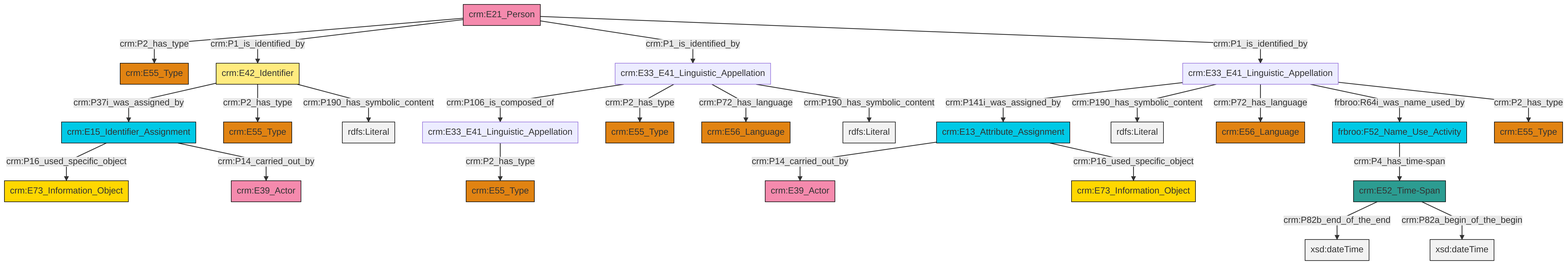
swiss-art-research-net/docs.swissartresearch keeps this Mermaid diagram as et/personCSV/ttl/mmd/png/Person_Names_and_Classification.png. Above is the earlier version. Its source is kept beside it as et/personCSV/ttl/mmd/Person_Names_and_Classification.ttl.mmd.
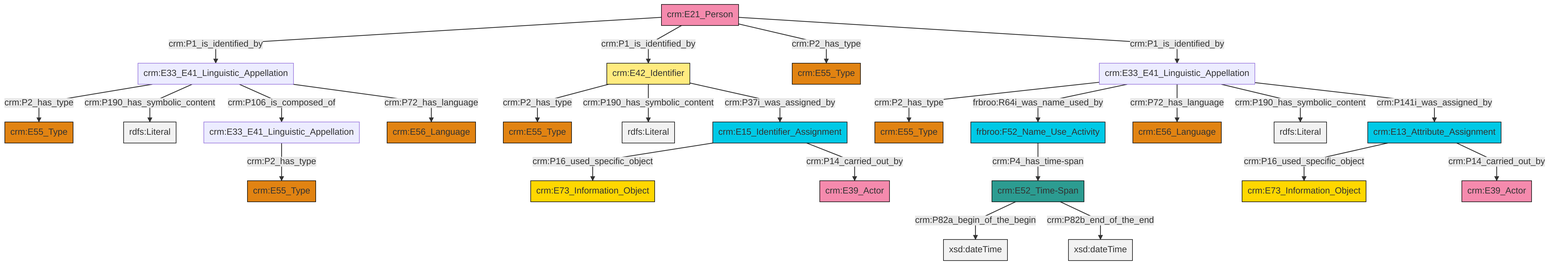
Later version of the same file.

Diff of the diagram source:
```diff
@@ -13,27 +13,27 @@
 classDef PC_Classes fill:#4ce600, stroke:#000000;
 classDef Multi fill:#cccccc,stroke:#000000;
 
-0["crm:E15_Identifier_Assignment"]:::Temporal_Entity -->|crm:P16_used_specific_object| 1["crm:E73_Information_Object"]:::Conceptual_Object
-2["crm:E13_Attribute_Assignment"]:::Temporal_Entity -->|crm:P14_carried_out_by| 3["crm:E39_Actor"]:::Actor
-4["crm:E33_E41_Linguistic_Appellation"]:::Default -->|crm:P141i_was_assigned_by| 2["crm:E13_Attribute_Assignment"]:::Temporal_Entity
-6["crm:E33_E41_Linguistic_Appellation"]:::Default -->|crm:P106_is_composed_of| 7["crm:E33_E41_Linguistic_Appellation"]:::Default
-8["crm:E21_Person"]:::Actor -->|crm:P2_has_type| 9["crm:E55_Type"]:::Type
-8["crm:E21_Person"]:::Actor -->|crm:P1_is_identified_by| 10["crm:E42_Identifier"]:::Appellation
-10["crm:E42_Identifier"]:::Appellation -->|crm:P37i_was_assigned_by| 0["crm:E15_Identifier_Assignment"]:::Temporal_Entity
-8["crm:E21_Person"]:::Actor -->|crm:P1_is_identified_by| 6["crm:E33_E41_Linguistic_Appellation"]:::Default
-7["crm:E33_E41_Linguistic_Appellation"]:::Default -->|crm:P2_has_type| 16["crm:E55_Type"]:::Type
-10["crm:E42_Identifier"]:::Appellation -->|crm:P2_has_type| 22["crm:E55_Type"]:::Type
-2["crm:E13_Attribute_Assignment"]:::Temporal_Entity -->|crm:P16_used_specific_object| 28["crm:E73_Information_Object"]:::Conceptual_Object
-29["crm:E52_Time-Span"]:::Time-Span -->|crm:P82b_end_of_the_end| 30[xsd:dateTime]:::Literal
-8["crm:E21_Person"]:::Actor -->|crm:P1_is_identified_by| 4["crm:E33_E41_Linguistic_Appellation"]:::Default
-10["crm:E42_Identifier"]:::Appellation -->|crm:P190_has_symbolic_content| 40[rdfs:Literal]:::Literal
-6["crm:E33_E41_Linguistic_Appellation"]:::Default -->|crm:P2_has_type| 31["crm:E55_Type"]:::Type
-6["crm:E33_E41_Linguistic_Appellation"]:::Default -->|crm:P72_has_language| 18["crm:E56_Language"]:::Type
-23["frbroo:F52_Name_Use_Activity"]:::Temporal_Entity -->|crm:P4_has_time-span| 29["crm:E52_Time-Span"]:::Time-Span
-4["crm:E33_E41_Linguistic_Appellation"]:::Default -->|crm:P190_has_symbolic_content| 43[rdfs:Literal]:::Literal
-29["crm:E52_Time-Span"]:::Time-Span -->|crm:P82a_begin_of_the_begin| 45[xsd:dateTime]:::Literal
-4["crm:E33_E41_Linguistic_Appellation"]:::Default -->|crm:P72_has_language| 13["crm:E56_Language"]:::Type
-4["crm:E33_E41_Linguistic_Appellation"]:::Default -->|frbroo:R64i_was_name_used_by| 23["frbroo:F52_Name_Use_Activity"]:::Temporal_Entity
-6["crm:E33_E41_Linguistic_Appellation"]:::Default -->|crm:P190_has_symbolic_content| 46[rdfs:Literal]:::Literal
-4["crm:E33_E41_Linguistic_Appellation"]:::Default -->|crm:P2_has_type| 41["crm:E55_Type"]:::Type
-0["crm:E15_Identifier_Assignment"]:::Temporal_Entity -->|crm:P14_carried_out_by| 11["crm:E39_Actor"]:::Actor
+8["crm:E33_E41_Linguistic_Appellation"]:::Default -->|crm:P2_has_type| 9["crm:E55_Type"]:::Type
+14["crm:E42_Identifier"]:::Appellation -->|crm:P2_has_type| 15["crm:E55_Type"]:::Type
+0["crm:E21_Person"]:::Actor -->|crm:P1_is_identified_by| 8["crm:E33_E41_Linguistic_Appellation"]:::Default
+8["crm:E33_E41_Linguistic_Appellation"]:::Default -->|crm:P190_has_symbolic_content| 19[rdfs:Literal]:::Literal
+23["crm:E33_E41_Linguistic_Appellation"]:::Default -->|crm:P2_has_type| 24["crm:E55_Type"]:::Type
+4["crm:E33_E41_Linguistic_Appellation"]:::Default -->|crm:P2_has_type| 10["crm:E55_Type"]:::Type
+2["crm:E52_Time-Span"]:::Time-Span -->|crm:P82a_begin_of_the_begin| 26[xsd:dateTime]:::Literal
+6["crm:E15_Identifier_Assignment"]:::Temporal_Entity -->|crm:P16_used_specific_object| 27["crm:E73_Information_Object"]:::Conceptual_Object
+14["crm:E42_Identifier"]:::Appellation -->|crm:P190_has_symbolic_content| 33[rdfs:Literal]:::Literal
+23["crm:E33_E41_Linguistic_Appellation"]:::Default -->|frbroo:R64i_was_name_used_by| 28["frbroo:F52_Name_Use_Activity"]:::Temporal_Entity
+8["crm:E33_E41_Linguistic_Appellation"]:::Default -->|crm:P106_is_composed_of| 4["crm:E33_E41_Linguistic_Appellation"]:::Default
+0["crm:E21_Person"]:::Actor -->|crm:P1_is_identified_by| 14["crm:E42_Identifier"]:::Appellation
+28["frbroo:F52_Name_Use_Activity"]:::Temporal_Entity -->|crm:P4_has_time-span| 2["crm:E52_Time-Span"]:::Time-Span
+0["crm:E21_Person"]:::Actor -->|crm:P2_has_type| 34["crm:E55_Type"]:::Type
+6["crm:E15_Identifier_Assignment"]:::Temporal_Entity -->|crm:P14_carried_out_by| 38["crm:E39_Actor"]:::Actor
+2["crm:E52_Time-Span"]:::Time-Span -->|crm:P82b_end_of_the_end| 43[xsd:dateTime]:::Literal
+23["crm:E33_E41_Linguistic_Appellation"]:::Default -->|crm:P72_has_language| 30["crm:E56_Language"]:::Type
+17["crm:E13_Attribute_Assignment"]:::Temporal_Entity -->|crm:P16_used_specific_object| 21["crm:E73_Information_Object"]:::Conceptual_Object
+23["crm:E33_E41_Linguistic_Appellation"]:::Default -->|crm:P190_has_symbolic_content| 45[rdfs:Literal]:::Literal
+14["crm:E42_Identifier"]:::Appellation -->|crm:P37i_was_assigned_by| 6["crm:E15_Identifier_Assignment"]:::Temporal_Entity
+8["crm:E33_E41_Linguistic_Appellation"]:::Default -->|crm:P72_has_language| 12["crm:E56_Language"]:::Type
+17["crm:E13_Attribute_Assignment"]:::Temporal_Entity -->|crm:P14_carried_out_by| 39["crm:E39_Actor"]:::Actor
+0["crm:E21_Person"]:::Actor -->|crm:P1_is_identified_by| 23["crm:E33_E41_Linguistic_Appellation"]:::Default
+23["crm:E33_E41_Linguistic_Appellation"]:::Default -->|crm:P141i_was_assigned_by| 17["crm:E13_Attribute_Assignment"]:::Temporal_Entity
```
